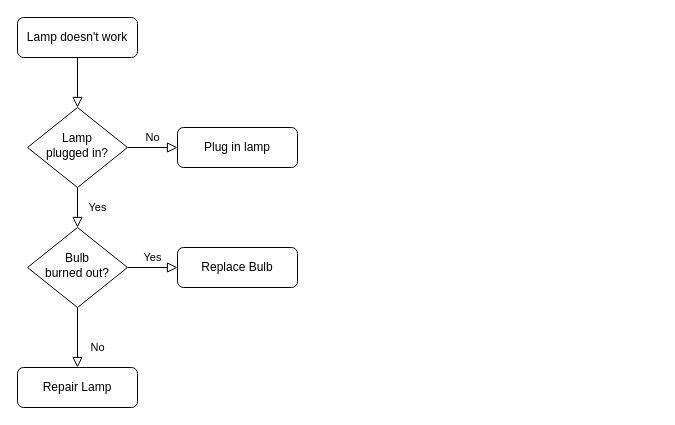
The draw.io diagram AEE Hackathon.drawio in nityan82/angular-seed, before the edit. Source tidied: cells renumbered, new cells numbered last; positions are measured from the earlier drawing's top-left corner, leaving out a move shared by most shapes. Both pictures are drawn from the tidied source at 100%, with x=0, y=0 at pixel (17, 17).
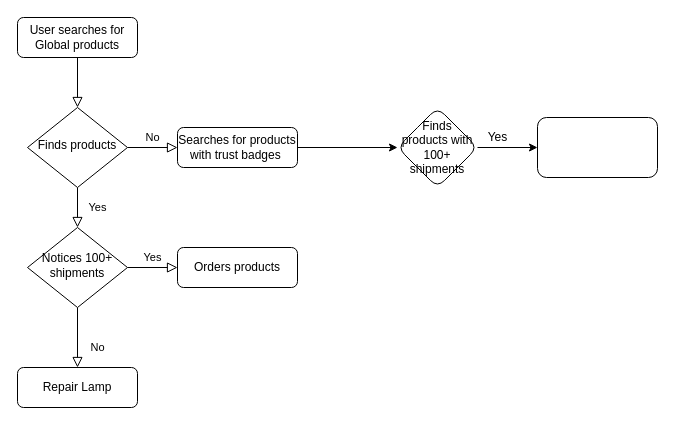
The same diagram, later.

Diff of the diagram source:
```diff
@@
 <mxGraphModel>
   <root>
     <mxCell id="0" />
     <mxCell id="1" parent="0" />
     <mxCell id="2" style="rounded=0;html=1;jettySize=auto;fontSize=11;endArrow=block;endFill=0;endSize=8;strokeWidth=1;shadow=0;labelBackgroundColor=none;edgeStyle=orthogonalEdgeStyle;" parent="1" edge="1" source="3" target="6">
       <mxGeometry relative="1" as="geometry" />
     </mxCell>
-    <mxCell id="3" value="Lamp doesn't work" style="rounded=1;whiteSpace=wrap;html=1;fontSize=12;glass=0;strokeWidth=1;shadow=0;" parent="1" vertex="1">
+    <mxCell id="3" value="User searches for Global products" style="rounded=1;whiteSpace=wrap;html=1;fontSize=12;glass=0;strokeWidth=1;shadow=0;" parent="1" vertex="1">
       <mxGeometry width="120" height="40" as="geometry" />
     </mxCell>
     <mxCell id="4" value="Yes" style="rounded=0;html=1;jettySize=auto;fontSize=11;endArrow=block;endFill=0;endSize=8;strokeWidth=1;shadow=0;labelBackgroundColor=none;edgeStyle=orthogonalEdgeStyle;" parent="1" edge="1" source="6" target="10">
       <mxGeometry y="20" relative="1" as="geometry" />
     </mxCell>
     <mxCell id="5" value="No" style="edgeStyle=orthogonalEdgeStyle;rounded=0;html=1;jettySize=auto;fontSize=11;endArrow=block;endFill=0;endSize=8;strokeWidth=1;shadow=0;labelBackgroundColor=none;" parent="1" edge="1" source="6" target="7">
       <mxGeometry y="10" relative="1" as="geometry" />
     </mxCell>
-    <mxCell id="6" value="Lamp&lt;br&gt;plugged in?" style="rhombus;whiteSpace=wrap;html=1;shadow=0;fontFamily=Helvetica;fontSize=12;align=center;strokeWidth=1;spacing=6;spacingTop=-4;" parent="1" vertex="1">
+    <mxCell id="6" value="Finds products" style="rhombus;whiteSpace=wrap;html=1;shadow=0;fontFamily=Helvetica;fontSize=12;align=center;strokeWidth=1;spacing=6;spacingTop=-4;" parent="1" vertex="1">
       <mxGeometry x="10" y="90" width="100" height="80" as="geometry" />
     </mxCell>
+    <mxCell id="13" style="edgeStyle=orthogonalEdgeStyle;rounded=0;jettySize=auto;html=1;" parent="1" edge="1" source="7" target="15">
+      <mxGeometry relative="1" as="geometry" />
+    </mxCell>
-    <mxCell id="7" value="Plug in lamp" style="rounded=1;whiteSpace=wrap;html=1;fontSize=12;glass=0;strokeWidth=1;shadow=0;" parent="1" vertex="1">
+    <mxCell id="7" value="Searches for products with trust badges&amp;nbsp;" style="rounded=1;whiteSpace=wrap;html=1;fontSize=12;glass=0;strokeWidth=1;shadow=0;" parent="1" vertex="1">
       <mxGeometry x="160" y="110" width="120" height="40" as="geometry" />
     </mxCell>
     <mxCell id="8" value="No" style="rounded=0;html=1;jettySize=auto;fontSize=11;endArrow=block;endFill=0;endSize=8;strokeWidth=1;shadow=0;labelBackgroundColor=none;edgeStyle=orthogonalEdgeStyle;" parent="1" edge="1" source="10" target="11">
       <mxGeometry x="0.33" y="20" relative="1" as="geometry" />
     </mxCell>
     <mxCell id="9" value="Yes" style="edgeStyle=orthogonalEdgeStyle;rounded=0;html=1;jettySize=auto;fontSize=11;endArrow=block;endFill=0;endSize=8;strokeWidth=1;shadow=0;labelBackgroundColor=none;" parent="1" edge="1" source="10" target="12">
       <mxGeometry y="10" relative="1" as="geometry" />
     </mxCell>
-    <mxCell id="10" value="Bulb&lt;br&gt;burned out?" style="rhombus;whiteSpace=wrap;html=1;shadow=0;fontFamily=Helvetica;fontSize=12;align=center;strokeWidth=1;spacing=6;spacingTop=-4;" parent="1" vertex="1">
+    <mxCell id="10" value="Notices 100+ shipments" style="rhombus;whiteSpace=wrap;html=1;shadow=0;fontFamily=Helvetica;fontSize=12;align=center;strokeWidth=1;spacing=6;spacingTop=-4;" parent="1" vertex="1">
       <mxGeometry x="10" y="210" width="100" height="80" as="geometry" />
     </mxCell>
     <mxCell id="11" value="Repair Lamp" style="rounded=1;whiteSpace=wrap;html=1;fontSize=12;glass=0;strokeWidth=1;shadow=0;" parent="1" vertex="1">
       <mxGeometry y="350" width="120" height="40" as="geometry" />
     </mxCell>
-    <mxCell id="12" value="Replace Bulb" style="rounded=1;whiteSpace=wrap;html=1;fontSize=12;glass=0;strokeWidth=1;shadow=0;" parent="1" vertex="1">
+    <mxCell id="12" value="Orders products" style="rounded=1;whiteSpace=wrap;html=1;fontSize=12;glass=0;strokeWidth=1;shadow=0;" parent="1" vertex="1">
       <mxGeometry x="160" y="230" width="120" height="40" as="geometry" />
     </mxCell>
+    <mxCell id="14" style="edgeStyle=orthogonalEdgeStyle;rounded=0;jettySize=auto;html=1;" parent="1" edge="1" source="15" target="16">
+      <mxGeometry relative="1" as="geometry" />
+    </mxCell>
+    <mxCell id="15" value="Finds products with 100+ shipments" style="rhombus;whiteSpace=wrap;html=1;rounded=1;glass=0;strokeWidth=1;shadow=0;" parent="1" vertex="1">
+      <mxGeometry x="380" y="90" width="80" height="80" as="geometry" />
+    </mxCell>
+    <mxCell id="16" style="rounded=1;whiteSpace=wrap;html=1;glass=0;strokeWidth=1;shadow=0;" parent="1" vertex="1">
+      <mxGeometry x="520" y="100" width="120" height="60" as="geometry" />
+    </mxCell>
+    <mxCell id="17" value="Yes" style="text;html=1;align=center;verticalAlign=middle;strokeColor=none;fillColor=none;" parent="1" vertex="1">
+      <mxGeometry x="460" y="105" width="40" height="30" as="geometry" />
+    </mxCell>
   </root>
 </mxGraphModel>
```
